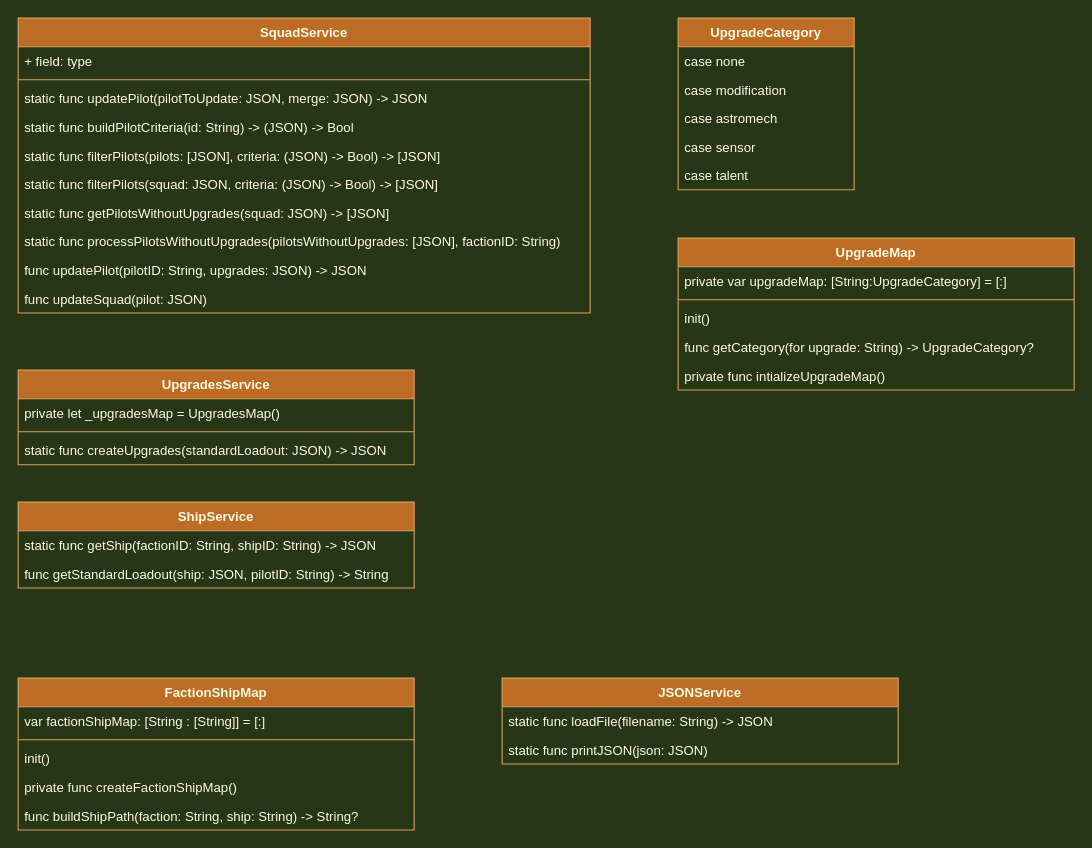
Above: page "Services" (3 of 3) of Documentation/ShipXWSImport.drawio.xml in pakirby1/DialControl (draw.io), before the change. Source tidied: cells renumbered, new cells numbered last; positions are measured from the earlier drawing's top-left corner, leaving out a move shared by most shapes. Both pictures are drawn from the tidied source at 110%, with x=0, y=0 at pixel (18, 18).
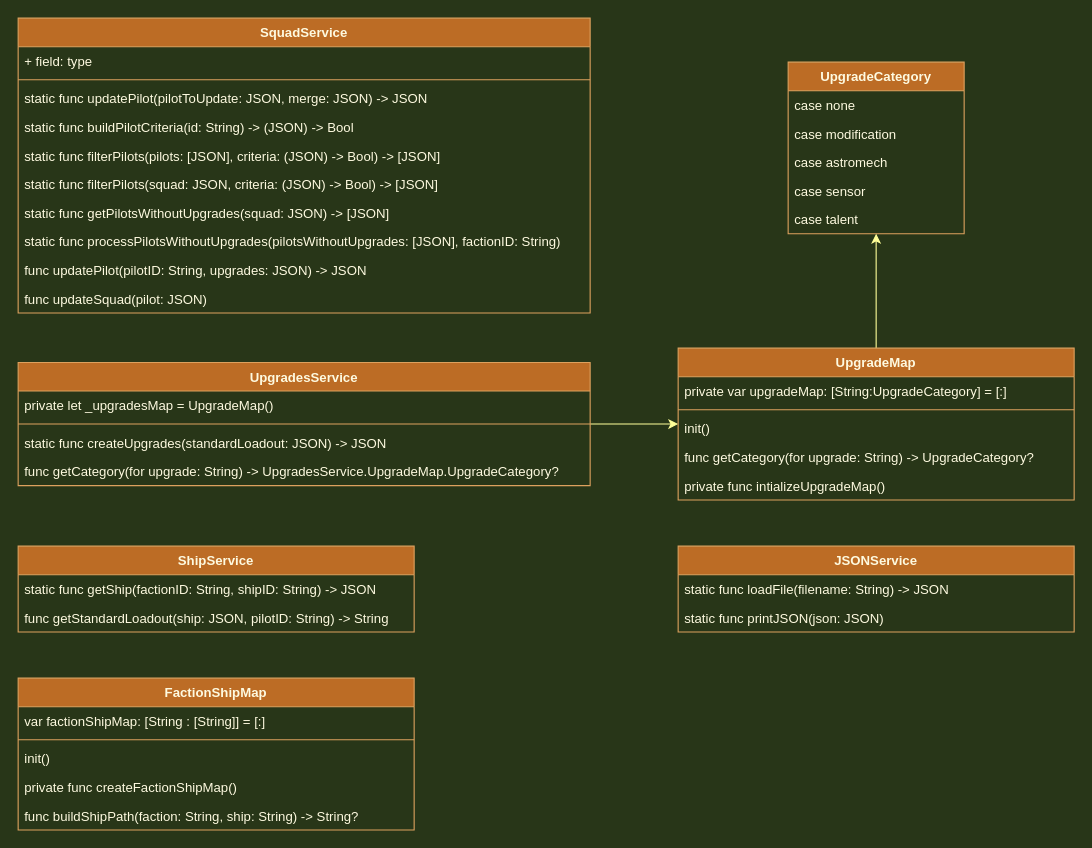
The same page after the edit.

Unchanged cells that the change refers to:
```xml
<mxCell id="2" value="SquadService" style="swimlane;fontStyle=1;align=center;verticalAlign=top;horizontal=1;startSize=26;fillColor=#BC6C25;strokeColor=#DDA15E;fontColor=#FEFAE0;" parent="1" vertex="1">
  <mxGeometry width="520" height="268" as="geometry" />
</mxCell>
```

Diff of the diagram source:
```diff
@@
-    <mxCell id="9" value="static func getPilotsWithoutUpgrades(squad: JSON) -&gt; [JSON]" style="text;strokeColor=none;fillColor=none;align=left;verticalAlign=top;spacingLeft=4;spacingRight=4;overflow=hidden;fontColor=#FEFAE0;" parent="2" vertex="1">
+    <mxCell id="9" value="static func getPilotsWithoutUpgrades(squad: JSON) -&gt; [JSON]    " style="text;strokeColor=none;fillColor=none;align=left;verticalAlign=top;spacingLeft=4;spacingRight=4;overflow=hidden;fontColor=#FEFAE0;" parent="2" vertex="1">
       <mxGeometry y="164" width="520" height="26" as="geometry" />
     </mxCell>
@@
+    <mxCell id="41" style="edgeStyle=orthogonalEdgeStyle;rounded=0;jettySize=auto;html=1;strokeColor=#FFFF99;" parent="1" edge="1" source="13" target="26">
+      <mxGeometry relative="1" as="geometry" />
+    </mxCell>
     <mxCell id="13" value="UpgradesService" style="swimlane;fontStyle=1;align=center;verticalAlign=top;horizontal=1;startSize=26;fillColor=#BC6C25;strokeColor=#DDA15E;fontColor=#FEFAE0;" parent="1" vertex="1">
-      <mxGeometry y="320" width="360" height="86" as="geometry" />
+      <mxGeometry y="313" width="520" height="112" as="geometry" />
     </mxCell>
-    <mxCell id="14" value="private let _upgradesMap = UpgradesMap()" style="text;strokeColor=none;fillColor=none;align=left;verticalAlign=top;spacingLeft=4;spacingRight=4;overflow=hidden;fontColor=#FEFAE0;" parent="13" vertex="1">
-      <mxGeometry y="26" width="360" height="26" as="geometry" />
+    <mxCell id="14" value="private let _upgradesMap = UpgradeMap()" style="text;strokeColor=none;fillColor=none;align=left;verticalAlign=top;spacingLeft=4;spacingRight=4;overflow=hidden;fontColor=#FEFAE0;" parent="13" vertex="1">
+      <mxGeometry y="26" width="520" height="26" as="geometry" />
     </mxCell>
     <mxCell id="15" style="line;strokeWidth=1;fillColor=none;align=left;verticalAlign=middle;spacingTop=-1;spacingLeft=3;spacingRight=3;labelPosition=right;labelBackgroundColor=#283618;strokeColor=#DDA15E;fontColor=#FEFAE0;" parent="13" vertex="1">
-      <mxGeometry y="52" width="360" height="8" as="geometry" />
+      <mxGeometry y="52" width="520" height="8" as="geometry" />
     </mxCell>
     <mxCell id="16" value="static func createUpgrades(standardLoadout: JSON) -&gt; JSON" style="text;strokeColor=none;fillColor=none;align=left;verticalAlign=top;spacingLeft=4;spacingRight=4;overflow=hidden;fontColor=#FEFAE0;" parent="13" vertex="1">
-      <mxGeometry y="60" width="360" height="26" as="geometry" />
+      <mxGeometry y="60" width="520" height="26" as="geometry" />
     </mxCell>
+    <mxCell id="42" value="func getCategory(for upgrade: String) -&gt; UpgradesService.UpgradeMap.UpgradeCategory?" style="text;strokeColor=none;fillColor=none;align=left;verticalAlign=top;spacingLeft=4;spacingRight=4;overflow=hidden;fontColor=#FEFAE0;" parent="13" vertex="1">
+      <mxGeometry y="86" width="520" height="26" as="geometry" />
+    </mxCell>
     <mxCell id="17" value="ShipService" style="swimlane;fontStyle=1;align=center;verticalAlign=top;horizontal=1;startSize=26;fillColor=#BC6C25;strokeColor=#DDA15E;fontColor=#FEFAE0;" parent="1" vertex="1">
-      <mxGeometry y="440" width="360" height="78" as="geometry" />
+      <mxGeometry y="480" width="360" height="78" as="geometry" />
     </mxCell>
@@
     <mxCell id="20" value="UpgradeCategory" style="swimlane;fontStyle=1;align=center;verticalAlign=top;horizontal=1;startSize=26;rounded=0;sketch=0;fontColor=#FEFAE0;strokeColor=#DDA15E;fillColor=#BC6C25;" parent="1" vertex="1">
-      <mxGeometry x="600" width="160" height="156" as="geometry" />
+      <mxGeometry x="700" y="40" width="160" height="156" as="geometry" />
     </mxCell>
@@
+    <mxCell id="43" style="edgeStyle=orthogonalEdgeStyle;rounded=0;jettySize=auto;html=1;strokeColor=#FFFF99;" parent="1" edge="1" source="26" target="20">
+      <mxGeometry relative="1" as="geometry" />
+    </mxCell>
     <mxCell id="26" value="UpgradeMap" style="swimlane;fontStyle=1;align=center;verticalAlign=top;horizontal=1;startSize=26;fillColor=#BC6C25;strokeColor=#DDA15E;fontColor=#FEFAE0;" parent="1" vertex="1">
-      <mxGeometry x="600" y="200" width="360" height="138" as="geometry" />
+      <mxGeometry x="600" y="300" width="360" height="138" as="geometry" />
     </mxCell>
@@
     <mxCell id="38" value="JSONService" style="swimlane;fontStyle=1;align=center;verticalAlign=top;horizontal=1;startSize=26;fillColor=#BC6C25;strokeColor=#DDA15E;fontColor=#FEFAE0;" parent="1" vertex="1">
-      <mxGeometry x="440" y="600" width="360" height="78" as="geometry" />
+      <mxGeometry x="600" y="480" width="360" height="78" as="geometry" />
     </mxCell>
```
